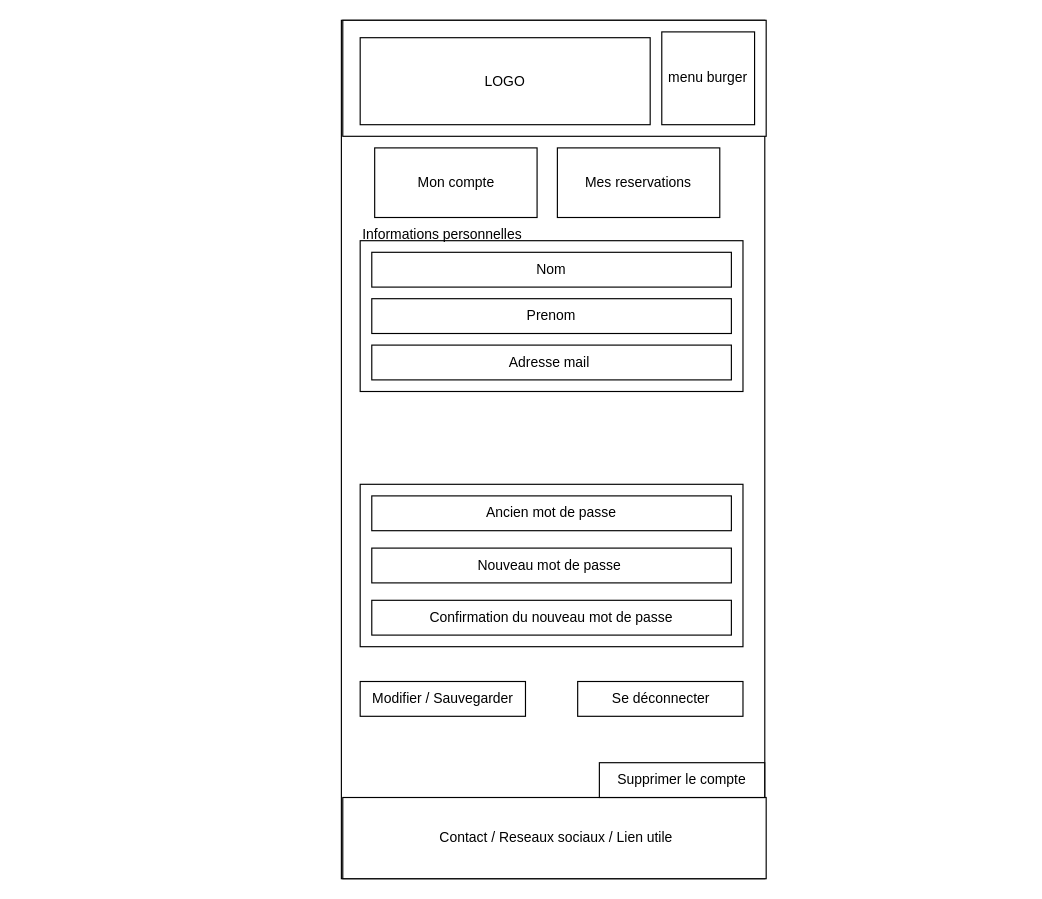
Earlier version of the draw.io diagram page "Mon compte" (4 of 10) of docs/wireframe_mobile.drawio (SeguierJonathan/ZombieLand). Source tidied: cells renumbered, new cells numbered last; positions are measured from the earlier drawing's top-left corner, leaving out a move shared by most shapes. Both pictures are drawn from the tidied source at 116%, with x=0, y=0 at pixel (341, 20).
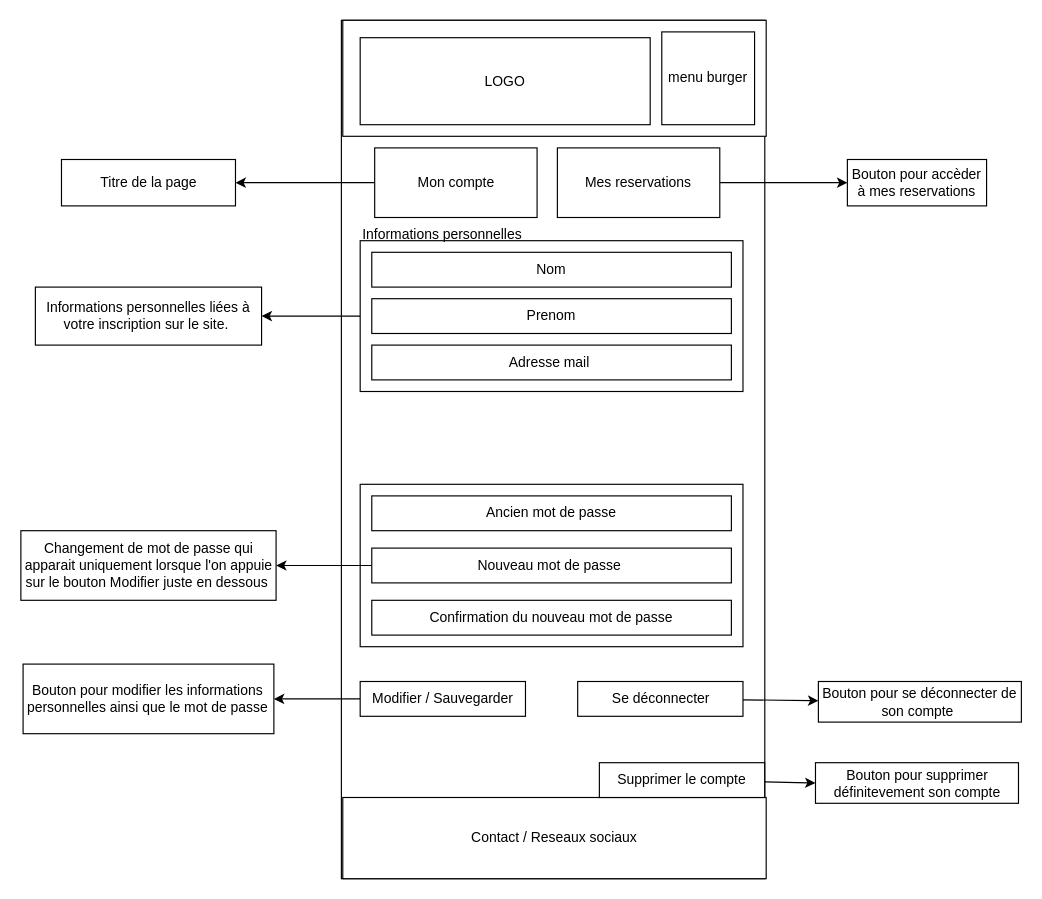
The same page after the edit.

The change refers to these unchanged cells:
```xml
<mxCell id="4" style="rounded=0;whiteSpace=wrap;html=1;" parent="1" vertex="1">
  <mxGeometry x="16" y="190" width="330" height="130" as="geometry" />
</mxCell>
<mxCell id="11" value="Modifier / Sauvegarder" style="rounded=0;whiteSpace=wrap;html=1;" parent="1" vertex="1">
  <mxGeometry x="16" y="570" width="142.5" height="30" as="geometry" />
</mxCell>
<mxCell id="12" value="Supprimer le compte" style="rounded=0;whiteSpace=wrap;html=1;" parent="1" vertex="1">
  <mxGeometry x="222.2" y="640" width="142.5" height="30" as="geometry" />
</mxCell>
<mxCell id="14" value="Mes reservations" style="rounded=0;whiteSpace=wrap;html=1;" parent="1" vertex="1">
  <mxGeometry x="186" y="110" width="140" height="60" as="geometry" />
</mxCell>
<mxCell id="15" value="Mon compte" style="rounded=0;whiteSpace=wrap;html=1;" parent="1" vertex="1">
  <mxGeometry x="28.5" y="110" width="140" height="60" as="geometry" />
</mxCell>
<mxCell id="16" value="Se déconnecter" style="rounded=0;whiteSpace=wrap;html=1;" parent="1" vertex="1">
  <mxGeometry x="203.5" y="570" width="142.5" height="30" as="geometry" />
</mxCell>
<mxCell id="17" value="Nouveau mot de passe&amp;nbsp;" style="rounded=0;whiteSpace=wrap;html=1;" parent="1" vertex="1">
  <mxGeometry x="26" y="455" width="310" height="30" as="geometry" />
</mxCell>
```

What changed in the source:
```diff
@@
+    <mxCell id="21" style="edgeStyle=none;html=1;" parent="1" edge="1" source="4" target="30">
+      <mxGeometry relative="1" as="geometry" />
+    </mxCell>
@@
-    <mxCell id="5" value="&amp;nbsp;Contact / Reseaux sociaux / Lien utile" style="rounded=0;whiteSpace=wrap;html=1;" parent="1" vertex="1">
+    <mxCell id="5" value="&amp;nbsp;Contact / Reseaux sociaux&amp;nbsp;" style="rounded=0;whiteSpace=wrap;html=1;" parent="1" vertex="1">
       <mxGeometry x="1" y="670" width="365" height="70" as="geometry" />
     </mxCell>
@@
+    <mxCell id="22" style="edgeStyle=none;html=1;" parent="1" edge="1" source="11" target="32">
+      <mxGeometry relative="1" as="geometry" />
+    </mxCell>
@@
+    <mxCell id="23" style="edgeStyle=none;html=1;entryX=0;entryY=0.5;entryDx=0;entryDy=0;" parent="1" edge="1" source="12" target="34">
+      <mxGeometry relative="1" as="geometry" />
+    </mxCell>
@@
+    <mxCell id="24" style="edgeStyle=none;html=1;" parent="1" edge="1" source="14" target="29">
+      <mxGeometry relative="1" as="geometry" />
+    </mxCell>
@@
+    <mxCell id="25" style="edgeStyle=none;html=1;" parent="1" edge="1" source="15" target="28">
+      <mxGeometry relative="1" as="geometry" />
+    </mxCell>
@@
+    <mxCell id="26" style="edgeStyle=none;html=1;" parent="1" edge="1" source="16" target="33">
+      <mxGeometry relative="1" as="geometry" />
+    </mxCell>
@@
+    <mxCell id="27" style="edgeStyle=none;html=1;" parent="1" edge="1" source="17" target="31">
+      <mxGeometry relative="1" as="geometry" />
+    </mxCell>
@@
+    <mxCell id="28" value="Titre de la page" style="rounded=0;whiteSpace=wrap;html=1;" parent="1" vertex="1">
+      <mxGeometry x="-241.5" y="120" width="150" height="40" as="geometry" />
+    </mxCell>
+    <mxCell id="29" value="Bouton pour accèder à mes reservations" style="rounded=0;whiteSpace=wrap;html=1;" parent="1" vertex="1">
+      <mxGeometry x="436" y="120" width="120" height="40" as="geometry" />
+    </mxCell>
+    <mxCell id="30" value="Informations personnelles liées à votre inscription sur le site.&amp;nbsp;" style="rounded=0;whiteSpace=wrap;html=1;" parent="1" vertex="1">
+      <mxGeometry x="-264" y="230" width="195" height="50" as="geometry" />
+    </mxCell>
+    <mxCell id="31" value="Changement de mot de passe qui apparait uniquement lorsque l'on appuie sur le bouton Modifier juste en dessous&amp;nbsp;" style="rounded=0;whiteSpace=wrap;html=1;" parent="1" vertex="1">
+      <mxGeometry x="-276.5" y="440" width="220" height="60" as="geometry" />
+    </mxCell>
+    <mxCell id="32" value="Bouton pour modifier les informations personnelles ainsi que le mot de passe" style="rounded=0;whiteSpace=wrap;html=1;" parent="1" vertex="1">
+      <mxGeometry x="-274.6" y="555" width="216.2" height="60" as="geometry" />
+    </mxCell>
+    <mxCell id="33" value="Bouton pour se déconnecter de son compte&amp;nbsp;" style="rounded=0;whiteSpace=wrap;html=1;" parent="1" vertex="1">
+      <mxGeometry x="411" y="570" width="175" height="35" as="geometry" />
+    </mxCell>
+    <mxCell id="34" value="Bouton pour supprimer définitevement son compte" style="rounded=0;whiteSpace=wrap;html=1;" parent="1" vertex="1">
+      <mxGeometry x="408.5" y="640" width="175" height="35" as="geometry" />
+    </mxCell>
```
